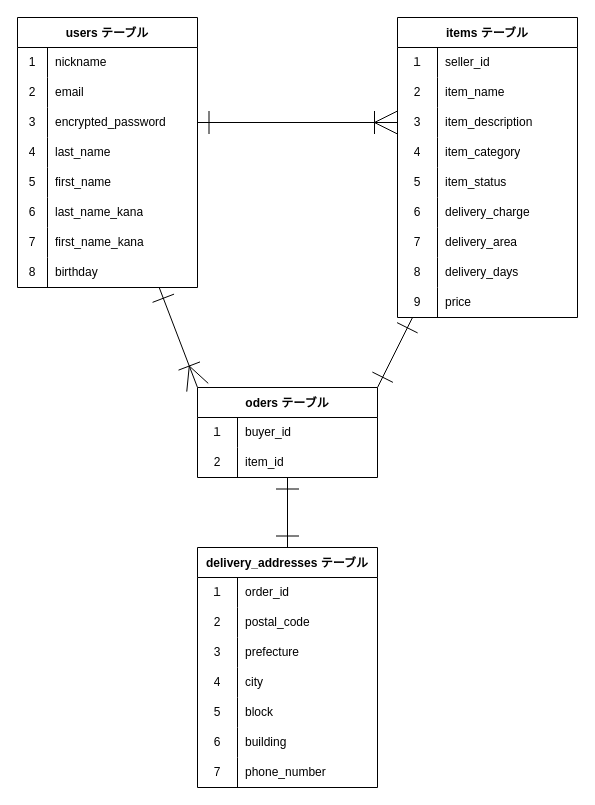
The draw.io diagram ER.dio in fumi23232323/furima-38233, before the edit. Source tidied: cells renumbered, new cells numbered last; positions are measured from the earlier drawing's top-left corner, leaving out a move shared by most shapes. Both pictures are drawn from the tidied source at 100%, with x=0, y=0 at pixel (17, 17).
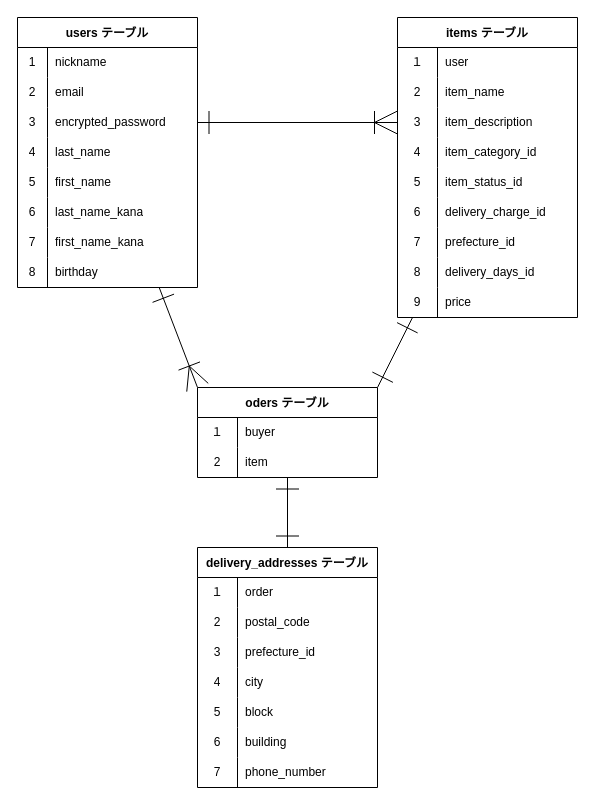
After the change.

Commit message (it also covers changes not shown here):
データベース設計再修正

The change refers to these unchanged cells:
```xml
<mxCell id="5" style="shape=partialRectangle;html=1;whiteSpace=wrap;fillColor=none;top=0;left=0;bottom=0;right=0;" parent="4" vertex="1">
  <mxGeometry y="30" width="180" height="30" as="geometry" />
</mxCell>
<mxCell id="14" style="shape=partialRectangle;html=1;whiteSpace=wrap;fillColor=none;top=0;left=0;bottom=0;right=0;" parent="4" vertex="1">
  <mxGeometry y="120" width="180" height="30" as="geometry" />
</mxCell>
<mxCell id="17" style="shape=partialRectangle;html=1;whiteSpace=wrap;fillColor=none;top=0;left=0;bottom=0;right=0;" parent="4" vertex="1">
  <mxGeometry y="150" width="180" height="30" as="geometry" />
</mxCell>
<mxCell id="20" style="shape=partialRectangle;html=1;whiteSpace=wrap;fillColor=none;top=0;left=0;bottom=0;right=0;" parent="4" vertex="1">
  <mxGeometry y="180" width="180" height="30" as="geometry" />
</mxCell>
<mxCell id="23" style="shape=partialRectangle;html=1;whiteSpace=wrap;fillColor=none;top=0;left=0;bottom=0;right=0;" parent="4" vertex="1">
  <mxGeometry y="210" width="180" height="30" as="geometry" />
</mxCell>
<mxCell id="26" style="shape=partialRectangle;html=1;whiteSpace=wrap;fillColor=none;top=0;left=0;bottom=0;right=0;" parent="4" vertex="1">
  <mxGeometry y="240" width="180" height="30" as="geometry" />
</mxCell>
<mxCell id="34" style="shape=partialRectangle;html=1;whiteSpace=wrap;fillColor=none;top=0;left=0;bottom=0;right=0;" parent="33" vertex="1">
  <mxGeometry y="30" width="180" height="30" as="geometry" />
</mxCell>
<mxCell id="37" style="shape=partialRectangle;html=1;whiteSpace=wrap;fillColor=none;top=0;left=0;bottom=0;right=0;" parent="33" vertex="1">
  <mxGeometry y="60" width="180" height="30" as="geometry" />
</mxCell>
<mxCell id="41" style="shape=partialRectangle;html=1;whiteSpace=wrap;fillColor=none;top=0;left=0;bottom=0;right=0;" parent="40" vertex="1">
  <mxGeometry y="30" width="180" height="30" as="geometry" />
</mxCell>
<mxCell id="47" style="shape=partialRectangle;html=1;whiteSpace=wrap;fillColor=none;top=0;left=0;bottom=0;right=0;" parent="40" vertex="1">
  <mxGeometry y="90" width="180" height="30" as="geometry" />
</mxCell>
```

What changed in the source:
```diff
@@
-    <mxCell id="7" value="seller_id" style="shape=partialRectangle;html=1;whiteSpace=wrap;fillColor=none;top=0;left=0;bottom=0;right=0;align=left;spacingLeft=6;overflow=hidden;" parent="5" vertex="1">
+    <mxCell id="7" value="user" style="shape=partialRectangle;html=1;whiteSpace=wrap;fillColor=none;top=0;left=0;bottom=0;right=0;align=left;spacingLeft=6;overflow=hidden;" parent="5" vertex="1">
       <mxGeometry x="40" width="140" height="30" as="geometry" />
     </mxCell>
@@
-    <mxCell id="16" value="item_category" style="shape=partialRectangle;html=1;whiteSpace=wrap;fillColor=none;top=0;left=0;bottom=0;right=0;align=left;spacingLeft=6;overflow=hidden;" parent="14" vertex="1">
+    <mxCell id="16" value="item_category_id" style="shape=partialRectangle;html=1;whiteSpace=wrap;fillColor=none;top=0;left=0;bottom=0;right=0;align=left;spacingLeft=6;overflow=hidden;" parent="14" vertex="1">
       <mxGeometry x="40" width="140" height="30" as="geometry" />
     </mxCell>
@@
-    <mxCell id="19" value="item_status" style="shape=partialRectangle;html=1;whiteSpace=wrap;fillColor=none;top=0;left=0;bottom=0;right=0;align=left;spacingLeft=6;overflow=hidden;" parent="17" vertex="1">
+    <mxCell id="19" value="item_status_id" style="shape=partialRectangle;html=1;whiteSpace=wrap;fillColor=none;top=0;left=0;bottom=0;right=0;align=left;spacingLeft=6;overflow=hidden;" parent="17" vertex="1">
       <mxGeometry x="40" width="140" height="30" as="geometry" />
     </mxCell>
@@
-    <mxCell id="22" value="delivery_charge" style="shape=partialRectangle;html=1;whiteSpace=wrap;fillColor=none;top=0;left=0;bottom=0;right=0;align=left;spacingLeft=6;overflow=hidden;" parent="20" vertex="1">
+    <mxCell id="22" value="delivery_charge_id" style="shape=partialRectangle;html=1;whiteSpace=wrap;fillColor=none;top=0;left=0;bottom=0;right=0;align=left;spacingLeft=6;overflow=hidden;" parent="20" vertex="1">
       <mxGeometry x="40" width="140" height="30" as="geometry" />
     </mxCell>
@@
-    <mxCell id="25" value="delivery_area" style="shape=partialRectangle;html=1;whiteSpace=wrap;fillColor=none;top=0;left=0;bottom=0;right=0;align=left;spacingLeft=6;overflow=hidden;" parent="23" vertex="1">
+    <mxCell id="25" value="prefecture_id" style="shape=partialRectangle;html=1;whiteSpace=wrap;fillColor=none;top=0;left=0;bottom=0;right=0;align=left;spacingLeft=6;overflow=hidden;" parent="23" vertex="1">
       <mxGeometry x="40" width="140" height="30" as="geometry" />
     </mxCell>
@@
-    <mxCell id="28" value="delivery_days" style="shape=partialRectangle;html=1;whiteSpace=wrap;fillColor=none;top=0;left=0;bottom=0;right=0;align=left;spacingLeft=6;overflow=hidden;" parent="26" vertex="1">
+    <mxCell id="28" value="delivery_days_id" style="shape=partialRectangle;html=1;whiteSpace=wrap;fillColor=none;top=0;left=0;bottom=0;right=0;align=left;spacingLeft=6;overflow=hidden;" parent="26" vertex="1">
       <mxGeometry x="40" width="140" height="30" as="geometry" />
     </mxCell>
@@
-    <mxCell id="36" value="buyer_id" style="shape=partialRectangle;html=1;whiteSpace=wrap;fillColor=none;top=0;left=0;bottom=0;right=0;align=left;spacingLeft=6;overflow=hidden;" parent="34" vertex="1">
+    <mxCell id="36" value="buyer" style="shape=partialRectangle;html=1;whiteSpace=wrap;fillColor=none;top=0;left=0;bottom=0;right=0;align=left;spacingLeft=6;overflow=hidden;" parent="34" vertex="1">
       <mxGeometry x="40" width="140" height="30" as="geometry" />
     </mxCell>
@@
-    <mxCell id="39" value="item_id" style="shape=partialRectangle;html=1;whiteSpace=wrap;fillColor=none;top=0;left=0;bottom=0;right=0;align=left;spacingLeft=6;overflow=hidden;" parent="37" vertex="1">
+    <mxCell id="39" value="item" style="shape=partialRectangle;html=1;whiteSpace=wrap;fillColor=none;top=0;left=0;bottom=0;right=0;align=left;spacingLeft=6;overflow=hidden;" parent="37" vertex="1">
       <mxGeometry x="40" width="140" height="30" as="geometry" />
     </mxCell>
@@
-    <mxCell id="43" value="order_id" style="shape=partialRectangle;html=1;whiteSpace=wrap;fillColor=none;top=0;left=0;bottom=0;right=0;align=left;spacingLeft=6;overflow=hidden;" parent="41" vertex="1">
+    <mxCell id="43" value="order" style="shape=partialRectangle;html=1;whiteSpace=wrap;fillColor=none;top=0;left=0;bottom=0;right=0;align=left;spacingLeft=6;overflow=hidden;" parent="41" vertex="1">
       <mxGeometry x="40" width="140" height="30" as="geometry" />
     </mxCell>
@@
-    <mxCell id="49" value="prefecture" style="shape=partialRectangle;html=1;whiteSpace=wrap;fillColor=none;top=0;left=0;bottom=0;right=0;align=left;spacingLeft=6;overflow=hidden;" parent="47" vertex="1">
+    <mxCell id="49" value="prefecture_id" style="shape=partialRectangle;html=1;whiteSpace=wrap;fillColor=none;top=0;left=0;bottom=0;right=0;align=left;spacingLeft=6;overflow=hidden;" parent="47" vertex="1">
       <mxGeometry x="40" width="140" height="30" as="geometry" />
     </mxCell>
```
